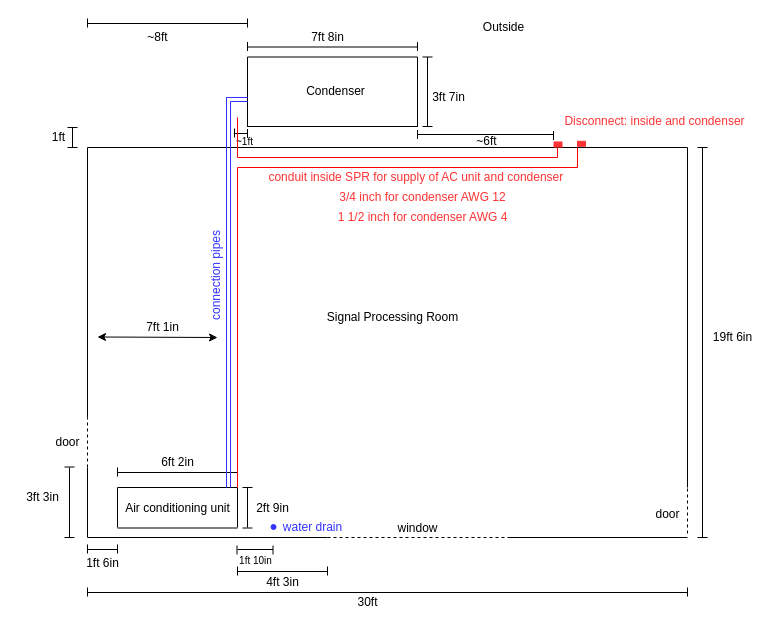
Above: HVAC-Signal-Processing-Room/Signal Processing Room.drawio in SETIatHCRO/Front-Page (draw.io), before the change. Source tidied: cells renumbered, new cells numbered last; positions are measured from the earlier drawing's top-left corner, leaving out a move shared by most shapes. Both pictures are drawn from the tidied source at 100%, with x=0, y=0 at pixel (17, 17).
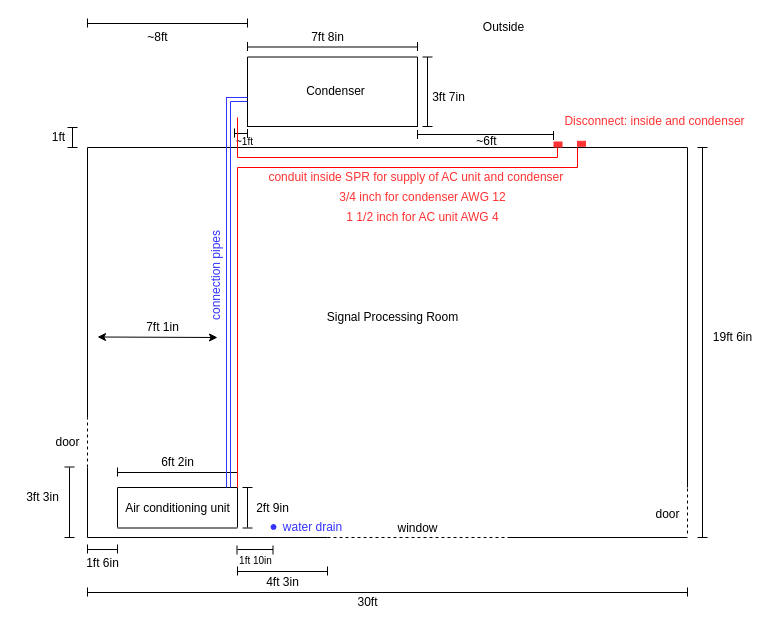
Above is the later version.

Diff of the diagram source:
```diff
@@
-    <mxCell id="103" value="&lt;font color=&quot;#ff3333&quot;&gt;1 1/2 inch for condenser AWG 4&lt;/font&gt;" style="text;html=1;align=center;verticalAlign=middle;" parent="1" vertex="1">
-      <mxGeometry x="310" y="190" width="190" height="20" as="geometry" />
+    <mxCell id="103" value="&lt;font color=&quot;#ff3333&quot;&gt;1 1/2 inch for AC unit AWG 4&lt;/font&gt;" style="text;html=1;align=center;verticalAlign=middle;" parent="1" vertex="1">
+      <mxGeometry x="320" y="190" width="170" height="20" as="geometry" />
     </mxCell>
```
